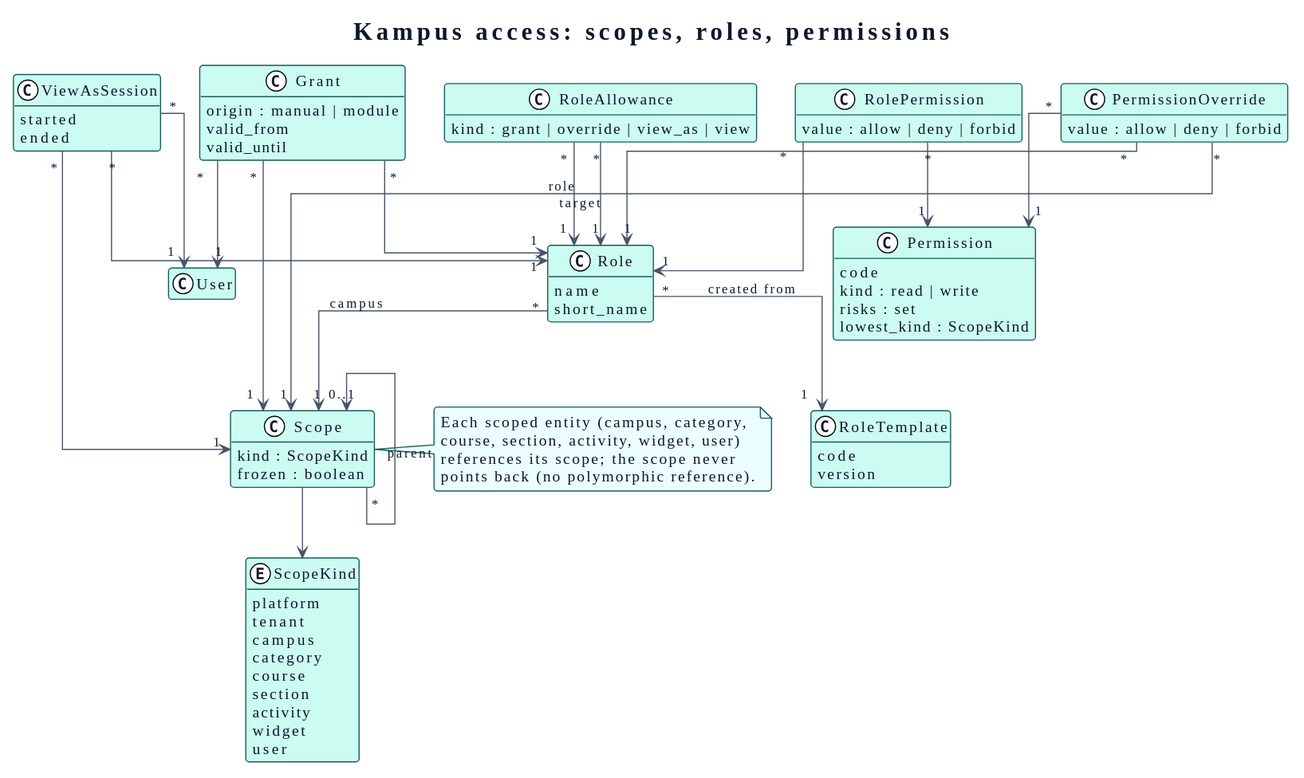
The PlantUML diagram docs/00-domain-model/access.svg in didactika/kampus, before a commit.
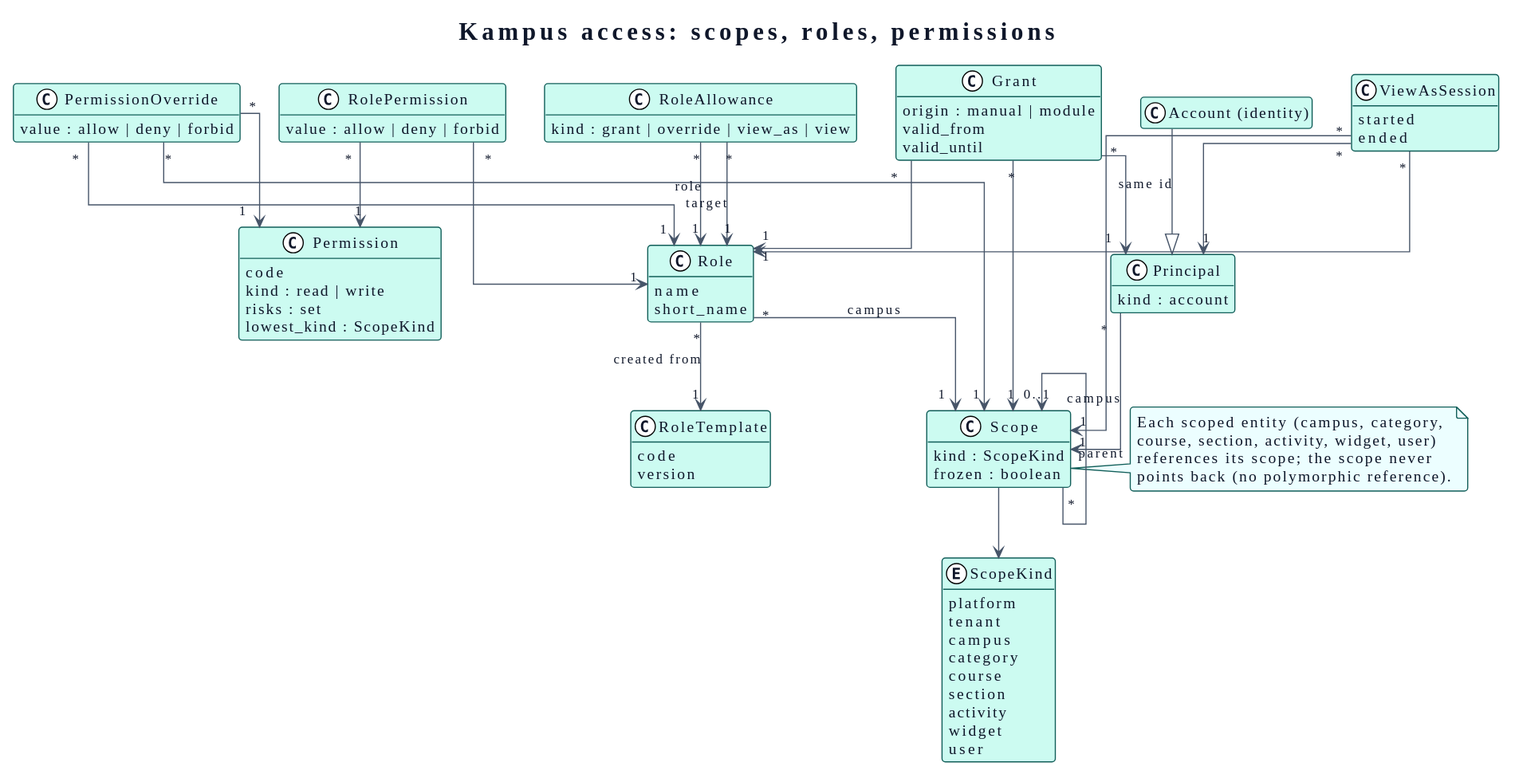
The same diagram one commit later.

Diff of the diagram source:
```diff
@@ -154,7 +154,11 @@
   started
   ended
 }
-class User
+class Principal {
+  kind : account
+}
+class "Account (identity)" as Account
+Account --|> Principal : same id
 
 Scope "0..1" <-- "*" Scope : parent
 Scope --> ScopeKind
@@ -162,7 +166,7 @@
 Role "*" --> "1" RoleTemplate : created from
 Grant "*" --> "1" Role
 Grant "*" --> "1" Scope
-Grant "*" --> "1" User
+Grant "*" --> "1" Principal
 RolePermission "*" --> "1" Role
 RolePermission "*" --> "1" Permission
 PermissionOverride "*" --> "1" Scope
@@ -170,7 +174,8 @@
 PermissionOverride "*" --> "1" Permission
 RoleAllowance "*" --> "1" Role : role
 RoleAllowance "*" --> "1" Role : target
-ViewAsSession "*" --> "1" User
+ViewAsSession "*" --> "1" Principal
+Principal "*" --> "1" Scope : campus
 ViewAsSession "*" --> "1" Scope
 ViewAsSession "*" --> "1" Role
 note right of Scope
```
